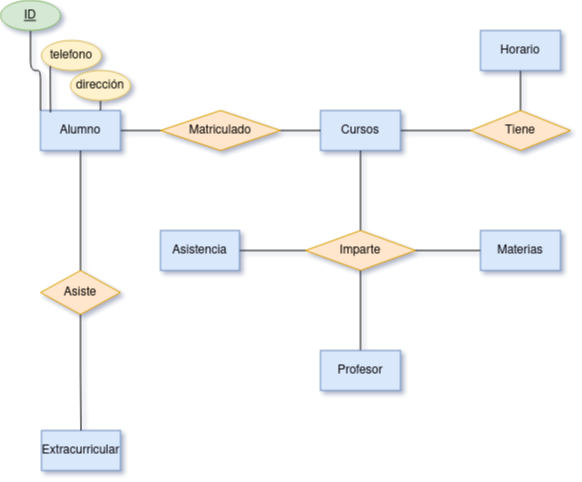
This is Unidad-1/Tareas/Tarea_evaluable1/tareaentregable.drawio.png from toninavhd/Base-datos, a draw.io export, as it was before one commit. Source tidied: cells renumbered, new cells last; positions are measured from the earlier drawing's top-left corner, leaving out a move shared by most shapes.
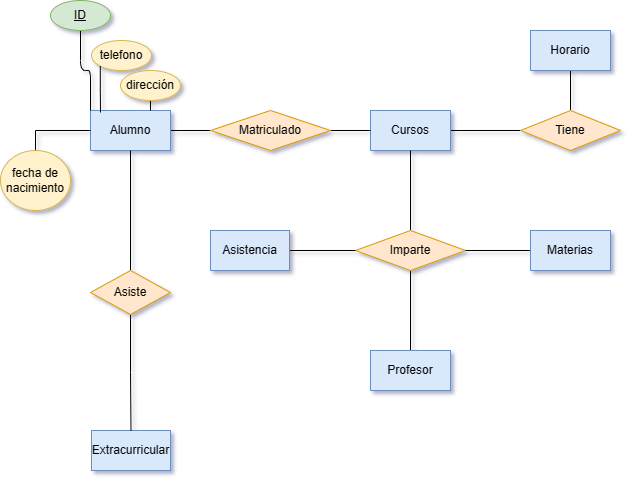
The same file after the commit.

What changed in the source:
```diff
@@ -83,5 +83,11 @@
     <mxCell id="28" value="Asiste" style="rhombus;whiteSpace=wrap;html=1;fillColor=#ffe6cc;strokeColor=#d79b00;" parent="1" vertex="1">
       <mxGeometry x="40" y="270" width="80" height="44" as="geometry" />
     </mxCell>
+    <mxCell id="29" style="edgeStyle=orthogonalEdgeStyle;rounded=0;jettySize=auto;html=1;exitX=0.5;exitY=0;exitDx=0;exitDy=0;entryX=0;entryY=0.5;entryDx=0;entryDy=0;endArrow=none;endFill=0;" parent="1" edge="1" source="30" target="3">
+      <mxGeometry relative="1" as="geometry" />
+    </mxCell>
+    <mxCell id="30" value="fecha de nacimiento" style="ellipse;whiteSpace=wrap;html=1;fillColor=#fff2cc;strokeColor=#d6b656;" parent="1" vertex="1">
+      <mxGeometry x="-50" y="150" width="70" height="60" as="geometry" />
+    </mxCell>
   </root>
 </mxGraphModel>
```
